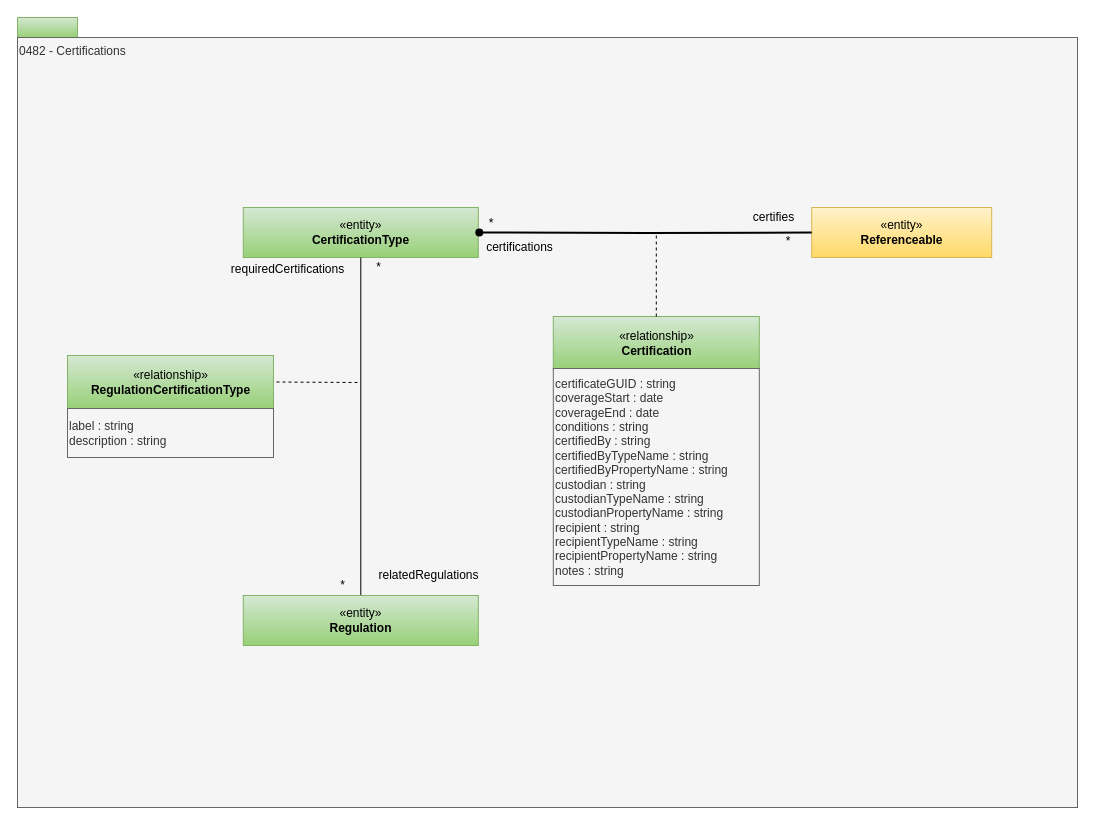
The draw.io diagram page "0482-Certifications" (29 of 30) of site/docs/types/4/area-4-governance.drawio in odpi/egeria-docs, before the edit. Source tidied: cells renumbered, new cells numbered last; positions are measured from the earlier drawing's top-left corner, leaving out a move shared by most shapes. Both pictures are drawn from the tidied source at 100%, with x=0, y=0 at pixel (17, 17).
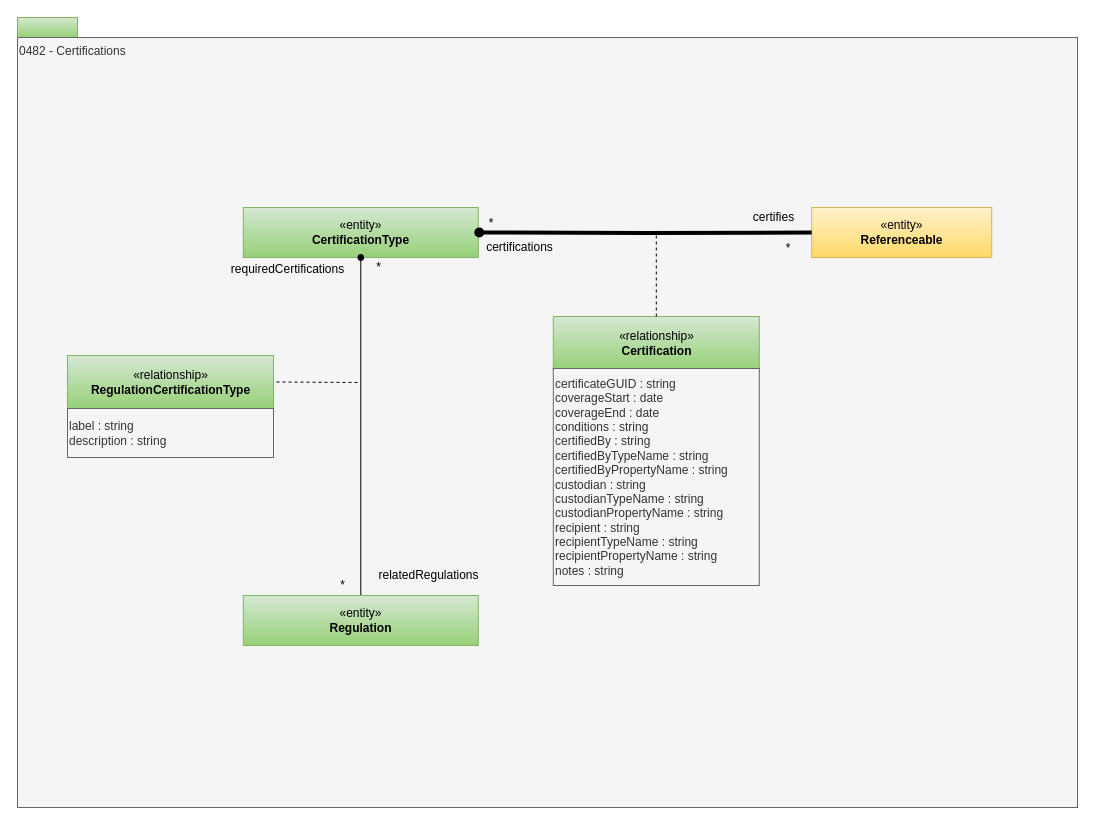
The same page after the edit.

The change refers to these unchanged cells:
```xml
<mxCell id="4" value="«entity»&lt;br&gt;&lt;b&gt;CertificationType&lt;/b&gt;" style="html=1;strokeColor=#82b366;align=center;fillColor=#d5e8d4;gradientColor=#97d077;" parent="1" vertex="1">
  <mxGeometry x="225.8" y="190" width="235" height="50" as="geometry" />
</mxCell>
<mxCell id="5" value="«entity»&lt;br&gt;&lt;b&gt;Referenceable&lt;/b&gt;" style="html=1;strokeColor=#d6b656;align=center;fillColor=#fff2cc;gradientColor=#ffd966;" parent="1" vertex="1">
  <mxGeometry x="794.2" y="190" width="180" height="50" as="geometry" />
</mxCell>
<mxCell id="15" value="«entity»&lt;br&gt;&lt;b&gt;Regulation&lt;/b&gt;" style="html=1;strokeColor=#82b366;align=center;fillColor=#d5e8d4;gradientColor=#97d077;" parent="1" vertex="1">
  <mxGeometry x="225.8" y="578" width="235" height="50" as="geometry" />
</mxCell>
```

Diff of the diagram source:
```diff
@@
-    <mxCell id="6" style="edgeStyle=orthogonalEdgeStyle;rounded=0;jettySize=auto;html=1;endArrow=none;endFill=0;exitX=0.5;exitY=1;exitDx=0;exitDy=0;" parent="1" edge="1" source="4" target="15">
+    <mxCell id="6" style="edgeStyle=orthogonalEdgeStyle;rounded=0;jettySize=auto;html=1;endArrow=none;endFill=0;exitX=0.5;exitY=1;exitDx=0;exitDy=0;entryX=0.5;entryY=0;entryDx=0;entryDy=0;startArrow=oval;startFill=1;" parent="1" edge="1" source="4" target="15">
       <mxGeometry relative="1" as="geometry" />
     </mxCell>
-    <mxCell id="7" style="edgeStyle=orthogonalEdgeStyle;rounded=0;html=1;exitX=1;exitY=0.5;entryX=0;entryY=0.5;jettySize=auto;endArrow=none;endFill=0;entryDx=0;entryDy=0;startArrow=oval;startFill=1;strokeWidth=2;" parent="1" edge="1" target="5">
+    <mxCell id="7" style="edgeStyle=orthogonalEdgeStyle;rounded=0;html=1;exitX=1;exitY=0.5;entryX=0;entryY=0.5;jettySize=auto;endArrow=none;endFill=0;entryDx=0;entryDy=0;startArrow=oval;startFill=1;strokeWidth=4;" parent="1" edge="1" target="5">
       <mxGeometry relative="1" as="geometry">
         <mxPoint x="461.8" y="215" as="sourcePoint" />
       </mxGeometry>
     </mxCell>
     <mxCell id="8" value="*" style="text;html=1;strokeColor=none;fillColor=none;align=center;verticalAlign=middle;whiteSpace=wrap;rounded=0;" parent="1" vertex="1">
-      <mxGeometry x="757.8" y="215" width="26" height="18" as="geometry" />
+      <mxGeometry x="757.8" y="222" width="26" height="18" as="geometry" />
     </mxCell>
```
